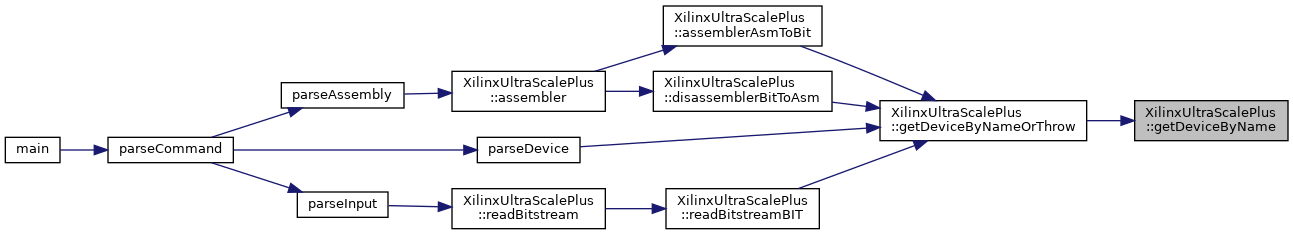
Before: classXilinxUltraScalePlus_aff5435669bcff7d1a37611e13d32a3f4_icgraph.png, a diagram exported from Graphviz (FPGA-Research-Manchester/byteman). Its source is kept beside it as classXilinxUltraScalePlus_aff5435669bcff7d1a37611e13d32a3f4_icgraph.dot.
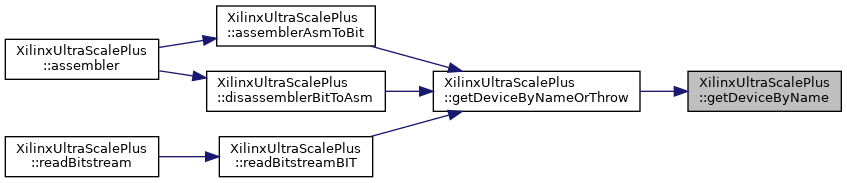
The same diagram one commit later.

The edit, as a diff of the source:
```diff
@@ -10,23 +10,11 @@
   Node3 [label="XilinxUltraScalePlus\l::assemblerAsmToBit",height=0.2,width=0.4,color="black", fillcolor="white", style="filled",URL="$classXilinxUltraScalePlus.html#a058802c627c4177c6fd88ca079551207",tooltip=" "];
   Node3 -> Node4 [dir="back",color="midnightblue",fontsize="10",style="solid",fontname="Helvetica"];
   Node4 [label="XilinxUltraScalePlus\l::assembler",height=0.2,width=0.4,color="black", fillcolor="white", style="filled",URL="$classXilinxUltraScalePlus.html#a53e5f6ec962f1f2a961f90b8b9e90e10",tooltip=" "];
-  Node4 -> Node5 [dir="back",color="midnightblue",fontsize="10",style="solid",fontname="Helvetica"];
-  Node5 [label="parseAssembly",height=0.2,width=0.4,color="black", fillcolor="white", style="filled",URL="$byteman_8cpp.html#abdebe35e6ba3749eaa14350ca0942419",tooltip=" "];
-  Node5 -> Node6 [dir="back",color="midnightblue",fontsize="10",style="solid",fontname="Helvetica"];
-  Node6 [label="parseCommand",height=0.2,width=0.4,color="black", fillcolor="white", style="filled",URL="$byteman_8cpp.html#a913ad3944130fafece24fe460db9b6aa",tooltip=" "];
+  Node2 -> Node5 [dir="back",color="midnightblue",fontsize="10",style="solid",fontname="Helvetica"];
+  Node5 [label="XilinxUltraScalePlus\l::disassemblerBitToAsm",height=0.2,width=0.4,color="black", fillcolor="white", style="filled",URL="$classXilinxUltraScalePlus.html#a54f9af4b6723a99c0b9e8e9c9b424d00",tooltip=" "];
+  Node5 -> Node4 [dir="back",color="midnightblue",fontsize="10",style="solid",fontname="Helvetica"];
+  Node2 -> Node6 [dir="back",color="midnightblue",fontsize="10",style="solid",fontname="Helvetica"];
+  Node6 [label="XilinxUltraScalePlus\l::readBitstreamBIT",height=0.2,width=0.4,color="black", fillcolor="white", style="filled",URL="$classXilinxUltraScalePlus.html#a62dea738808396d7d520f26d8e5594d2",tooltip=" "];
   Node6 -> Node7 [dir="back",color="midnightblue",fontsize="10",style="solid",fontname="Helvetica"];
-  Node7 [label="main",height=0.2,width=0.4,color="black", fillcolor="white", style="filled",URL="$byteman_8cpp.html#a0ddf1224851353fc92bfbff6f499fa97",tooltip=" "];
-  Node2 -> Node8 [dir="back",color="midnightblue",fontsize="10",style="solid",fontname="Helvetica"];
-  Node8 [label="XilinxUltraScalePlus\l::disassemblerBitToAsm",height=0.2,width=0.4,color="black", fillcolor="white", style="filled",URL="$classXilinxUltraScalePlus.html#a54f9af4b6723a99c0b9e8e9c9b424d00",tooltip=" "];
-  Node8 -> Node4 [dir="back",color="midnightblue",fontsize="10",style="solid",fontname="Helvetica"];
-  Node2 -> Node9 [dir="back",color="midnightblue",fontsize="10",style="solid",fontname="Helvetica"];
-  Node9 [label="parseDevice",height=0.2,width=0.4,color="black", fillcolor="white", style="filled",URL="$byteman_8cpp.html#a883440ce4fd99a9d8375dd36b34346ee",tooltip=" "];
-  Node9 -> Node6 [dir="back",color="midnightblue",fontsize="10",style="solid",fontname="Helvetica"];
-  Node2 -> Node10 [dir="back",color="midnightblue",fontsize="10",style="solid",fontname="Helvetica"];
-  Node10 [label="XilinxUltraScalePlus\l::readBitstreamBIT",height=0.2,width=0.4,color="black", fillcolor="white", style="filled",URL="$classXilinxUltraScalePlus.html#a62dea738808396d7d520f26d8e5594d2",tooltip=" "];
-  Node10 -> Node11 [dir="back",color="midnightblue",fontsize="10",style="solid",fontname="Helvetica"];
-  Node11 [label="XilinxUltraScalePlus\l::readBitstream",height=0.2,width=0.4,color="black", fillcolor="white", style="filled",URL="$classXilinxUltraScalePlus.html#a0e5d08a2e5c37a29a1a04d50b48739d2",tooltip=" "];
-  Node11 -> Node12 [dir="back",color="midnightblue",fontsize="10",style="solid",fontname="Helvetica"];
-  Node12 [label="parseInput",height=0.2,width=0.4,color="black", fillcolor="white", style="filled",URL="$byteman_8cpp.html#a4dbd88e4909b2f0429f9d0b2fc2608bb",tooltip=" "];
-  Node12 -> Node6 [dir="back",color="midnightblue",fontsize="10",style="solid",fontname="Helvetica"];
+  Node7 [label="XilinxUltraScalePlus\l::readBitstream",height=0.2,width=0.4,color="black", fillcolor="white", style="filled",URL="$classXilinxUltraScalePlus.html#a0e5d08a2e5c37a29a1a04d50b48739d2",tooltip=" "];
 }
```
